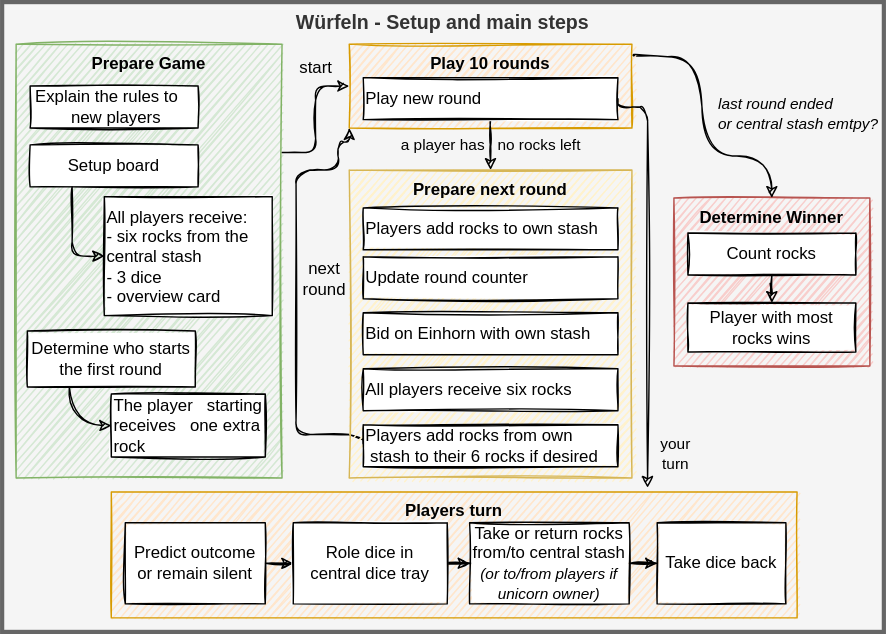
This is make/games/wuerfeln.drawio.svg from sonj4ev4/FullByte.github.io, a draw.io export, as it was before one commit. Source tidied: cells renumbered, new cells last; positions are measured from the earlier drawing's top-left corner, leaving out a move shared by most shapes.
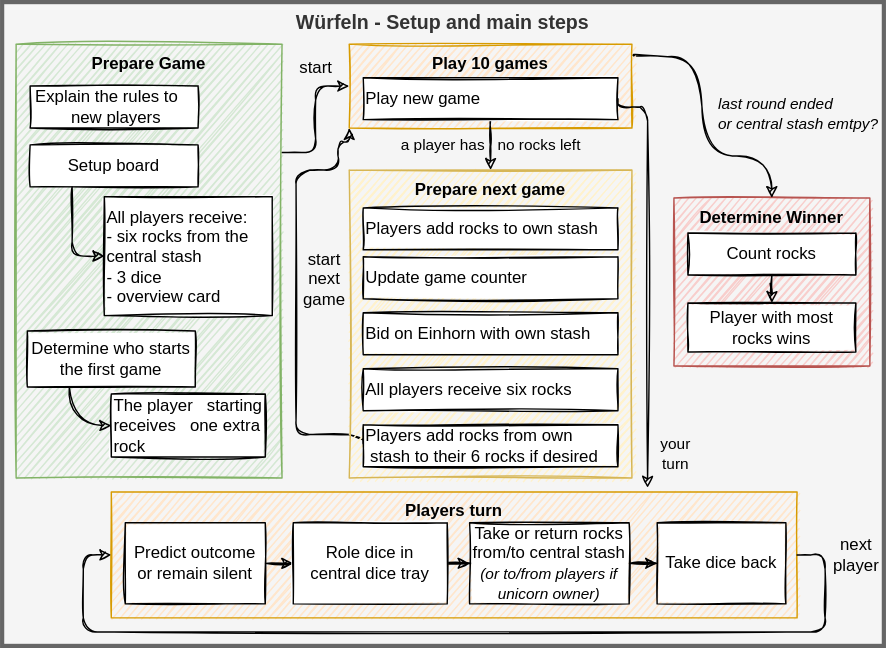
After the change.

The edit, as a diff of the source:
```diff
@@ -3,7 +3,7 @@
     <mxCell id="0" />
     <mxCell id="1" parent="0" />
     <mxCell id="2" value="Würfeln - Setup and main steps" style="rounded=0;whiteSpace=wrap;html=1;sketch=0;fontSize=14;align=center;verticalAlign=top;strokeWidth=3;fontStyle=1;fontFamily=Helvetica;fillColor=#f5f5f5;strokeColor=#666666;fontColor=#333333;" parent="1" vertex="1">
-      <mxGeometry width="630" height="450" as="geometry" />
+      <mxGeometry width="630" height="460" as="geometry" />
     </mxCell>
     <mxCell id="3" value="Determine Winner" style="whiteSpace=wrap;html=1;verticalAlign=top;fontStyle=1;fillColor=#f8cecc;strokeColor=#b85450;sketch=1;fontSize=12;" parent="1" vertex="1">
       <mxGeometry x="480" y="140" width="140" height="120" as="geometry" />
@@ -22,7 +22,7 @@
         <mxPoint x="-42" y="-46" as="offset" />
       </mxGeometry>
     </mxCell>
-    <mxCell id="6" value="Play 10 rounds" style="whiteSpace=wrap;html=1;verticalAlign=top;fontStyle=1;fillColor=#ffe6cc;strokeColor=#d79b00;sketch=1;fontSize=12;" parent="1" vertex="1">
+    <mxCell id="6" value="Play 10 games" style="whiteSpace=wrap;html=1;verticalAlign=top;fontStyle=1;fillColor=#ffe6cc;strokeColor=#d79b00;sketch=1;fontSize=12;" parent="1" vertex="1">
       <mxGeometry x="248" y="30" width="202" height="60" as="geometry" />
     </mxCell>
     <mxCell id="7" value="start" style="edgeStyle=orthogonalEdgeStyle;rounded=1;sketch=1;jettySize=auto;html=1;entryX=0;entryY=0.5;entryDx=0;entryDy=0;exitX=1;exitY=0.25;exitDx=0;exitDy=0;fontSize=12;labelBackgroundColor=none;" parent="1" edge="1" source="8" target="6">
@@ -48,7 +48,7 @@
     <mxCell id="11" value="a player has&amp;nbsp; &amp;nbsp;no rocks left" style="edgeStyle=orthogonalEdgeStyle;rounded=0;jettySize=auto;html=1;sketch=1;labelBackgroundColor=none;entryX=0.5;entryY=0;entryDx=0;entryDy=0;" parent="1" edge="1" source="12" target="32">
       <mxGeometry relative="1" as="geometry" />
     </mxCell>
-    <mxCell id="12" value="&amp;nbsp;Play new round" style="whiteSpace=wrap;html=1;align=left;sketch=1;fontSize=12;" parent="1" vertex="1">
+    <mxCell id="12" value="&amp;nbsp;Play new game" style="whiteSpace=wrap;html=1;align=left;sketch=1;fontSize=12;" parent="1" vertex="1">
       <mxGeometry x="258" y="54" width="182" height="30" as="geometry" />
     </mxCell>
     <mxCell id="13" value="Player with most rocks wins" style="whiteSpace=wrap;html=1;sketch=1;fontSize=12;" parent="1" vertex="1">
@@ -57,7 +57,7 @@
     <mxCell id="14" style="edgeStyle=orthogonalEdgeStyle;jettySize=auto;html=1;entryX=0;entryY=0.5;entryDx=0;entryDy=0;exitX=0.25;exitY=1;exitDx=0;exitDy=0;sketch=1;curved=1;fontSize=12;" parent="1" edge="1" source="15" target="16">
       <mxGeometry relative="1" as="geometry" />
     </mxCell>
-    <mxCell id="15" value="Determine who starts the first round" style="whiteSpace=wrap;html=1;sketch=1;fontSize=12;align=center;" parent="1" vertex="1">
+    <mxCell id="15" value="Determine who starts the first game" style="whiteSpace=wrap;html=1;sketch=1;fontSize=12;align=center;" parent="1" vertex="1">
       <mxGeometry x="18" y="235" width="120" height="40" as="geometry" />
     </mxCell>
     <mxCell id="16" value="&amp;nbsp;The player&amp;nbsp; &amp;nbsp;starting&amp;nbsp;&lt;span&gt;receives&amp;nbsp; &amp;nbsp;one&amp;nbsp;&lt;/span&gt;extra rock" style="whiteSpace=wrap;html=1;align=left;sketch=1;fontSize=12;" parent="1" vertex="1">
@@ -105,7 +105,7 @@
     <mxCell id="30" value="&amp;nbsp;Explain the rules to&amp;nbsp; &amp;nbsp; &amp;nbsp;new players" style="whiteSpace=wrap;html=1;align=center;verticalAlign=middle;sketch=1;fontSize=12;" parent="1" vertex="1">
       <mxGeometry x="20" y="60" width="120" height="30" as="geometry" />
     </mxCell>
-    <mxCell id="31" value="next&lt;br&gt;round" style="edgeStyle=orthogonalEdgeStyle;rounded=1;jettySize=auto;html=1;entryX=0;entryY=1;entryDx=0;entryDy=0;exitX=0;exitY=0.5;exitDx=0;exitDy=0;sketch=1;fontSize=12;labelBackgroundColor=none;" parent="1" edge="1" source="35" target="6">
+    <mxCell id="31" value="start&lt;br&gt;next&lt;br&gt;game" style="edgeStyle=orthogonalEdgeStyle;rounded=1;jettySize=auto;html=1;entryX=0;entryY=1;entryDx=0;entryDy=0;exitX=0;exitY=0.5;exitDx=0;exitDy=0;sketch=1;fontSize=12;labelBackgroundColor=none;" parent="1" edge="1" source="35" target="6">
       <mxGeometry x="0.06" y="-20" relative="1" as="geometry">
         <Array as="points">
           <mxPoint x="210" y="309" />
@@ -115,7 +115,7 @@
         </Array>
       </mxGeometry>
     </mxCell>
-    <mxCell id="32" value="Prepare next round" style="whiteSpace=wrap;html=1;verticalAlign=top;fontStyle=1;fillColor=#fff2cc;strokeColor=#d6b656;sketch=1;fontSize=12;" parent="1" vertex="1">
+    <mxCell id="32" value="Prepare next game" style="whiteSpace=wrap;html=1;verticalAlign=top;fontStyle=1;fillColor=#fff2cc;strokeColor=#d6b656;sketch=1;fontSize=12;" parent="1" vertex="1">
       <mxGeometry x="248" y="120" width="202" height="220" as="geometry" />
     </mxCell>
     <mxCell id="33" value="&amp;nbsp;Bid on Einhorn with own stash" style="whiteSpace=wrap;html=1;align=left;sketch=1;fontSize=12;" parent="1" vertex="1">
@@ -127,11 +127,21 @@
     <mxCell id="35" value="&amp;nbsp;Players add rocks from own&amp;nbsp; &amp;nbsp;stash to their 6 rocks if desired" style="whiteSpace=wrap;html=1;align=left;sketch=1;fontSize=12;" parent="1" vertex="1">
       <mxGeometry x="258" y="302" width="182" height="30" as="geometry" />
     </mxCell>
-    <mxCell id="36" value="&amp;nbsp;Update round counter" style="whiteSpace=wrap;html=1;align=left;sketch=1;fontSize=12;" parent="1" vertex="1">
+    <mxCell id="36" value="&amp;nbsp;Update game counter" style="whiteSpace=wrap;html=1;align=left;sketch=1;fontSize=12;" parent="1" vertex="1">
       <mxGeometry x="258" y="182" width="182" height="30" as="geometry" />
     </mxCell>
     <mxCell id="37" value="&amp;nbsp;Players add rocks to own stash" style="whiteSpace=wrap;html=1;align=left;sketch=1;fontSize=12;" parent="1" vertex="1">
       <mxGeometry x="258" y="147" width="182" height="30" as="geometry" />
     </mxCell>
+    <mxCell id="38" value="next &lt;br&gt;player" style="edgeStyle=orthogonalEdgeStyle;rounded=1;orthogonalLoop=1;jettySize=auto;html=1;entryX=0;entryY=0.5;entryDx=0;entryDy=0;exitX=1;exitY=0.5;exitDx=0;exitDy=0;sketch=1;fontSize=12;labelBackgroundColor=none;" parent="1" edge="1" source="22" target="22">
+      <mxGeometry x="-0.94" y="22" relative="1" as="geometry">
+        <Array as="points">
+          <mxPoint x="588" y="395" />
+          <mxPoint x="588" y="450" />
+          <mxPoint x="58" y="450" />
+          <mxPoint x="58" y="395" />
+        </Array>
+      </mxGeometry>
+    </mxCell>
   </root>
 </mxGraphModel>
```
